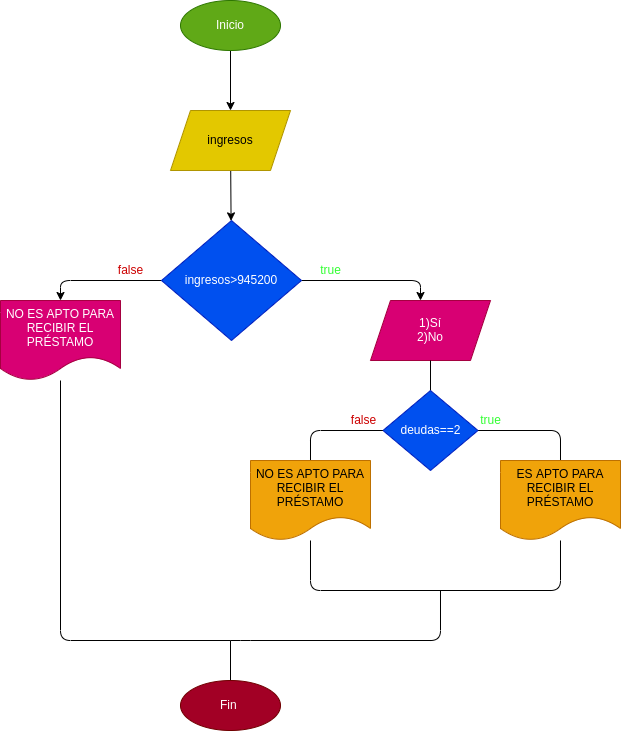
Earlier version of the draw.io export ejercicio2/diagrama.png (Paugs09/estructuras_condicionales). Source tidied: cells renumbered, new cells last; positions are measured from the earlier drawing's top-left corner, leaving out a move shared by most shapes.
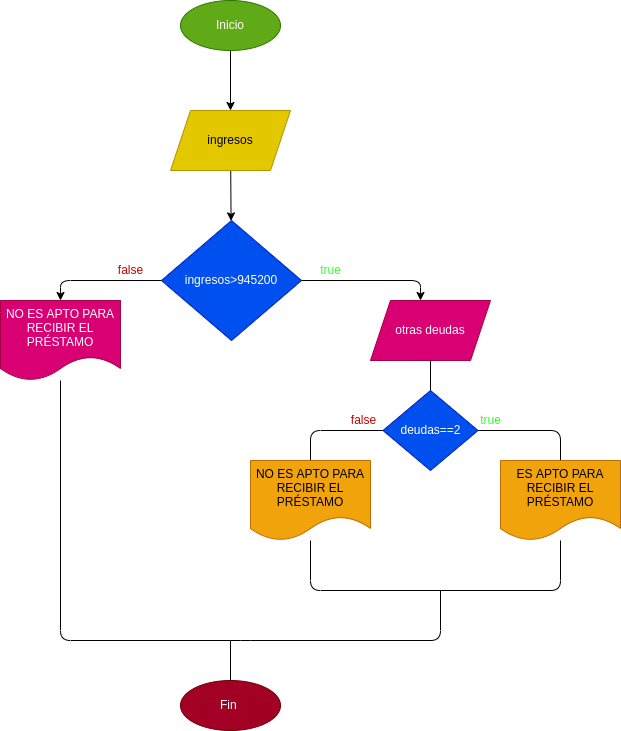
After the commit.

Change to the diagram source:
```diff
@@ -47,7 +47,7 @@
     <mxCell id="12" value="false" style="text;html=1;align=center;verticalAlign=middle;strokeColor=none;fillColor=none;fontColor=#CC0000;" parent="1" vertex="1">
       <mxGeometry x="110" y="260" width="40" height="20" as="geometry" />
     </mxCell>
-    <mxCell id="13" value="1)Sí&lt;br&gt;2)No" style="shape=parallelogram;perimeter=parallelogramPerimeter;whiteSpace=wrap;html=1;fixedSize=1;fontColor=#ffffff;fillColor=#d80073;strokeColor=#A50040;" parent="1" vertex="1">
+    <mxCell id="13" value="otras deudas" style="shape=parallelogram;perimeter=parallelogramPerimeter;whiteSpace=wrap;html=1;fixedSize=1;fontColor=#ffffff;fillColor=#d80073;strokeColor=#A50040;" parent="1" vertex="1">
       <mxGeometry x="370" y="300" width="120" height="60" as="geometry" />
     </mxCell>
     <mxCell id="14" style="edgeStyle=none;html=1;fontColor=#FFFFFF;endArrow=none;endFill=0;" parent="1" edge="1" source="17" target="13">
```
